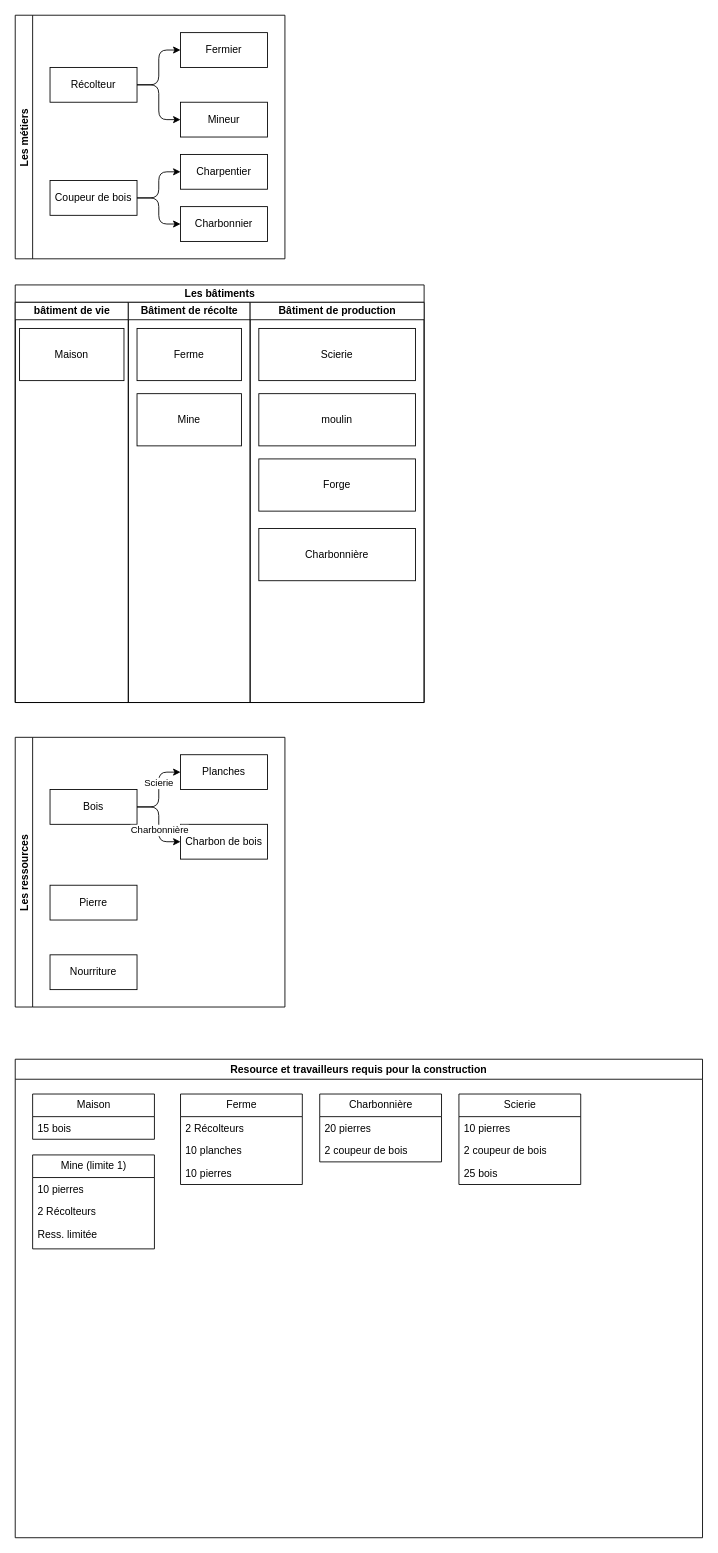
Earlier version of the draw.io diagram schemas/diagram.drawio (Ajustor/civilization). Source tidied: cells renumbered, new cells numbered last; positions are measured from the earlier drawing's top-left corner, leaving out a move shared by most shapes. Both pictures are drawn from the tidied source at 87%, with x=0, y=0 at pixel (15, 15).
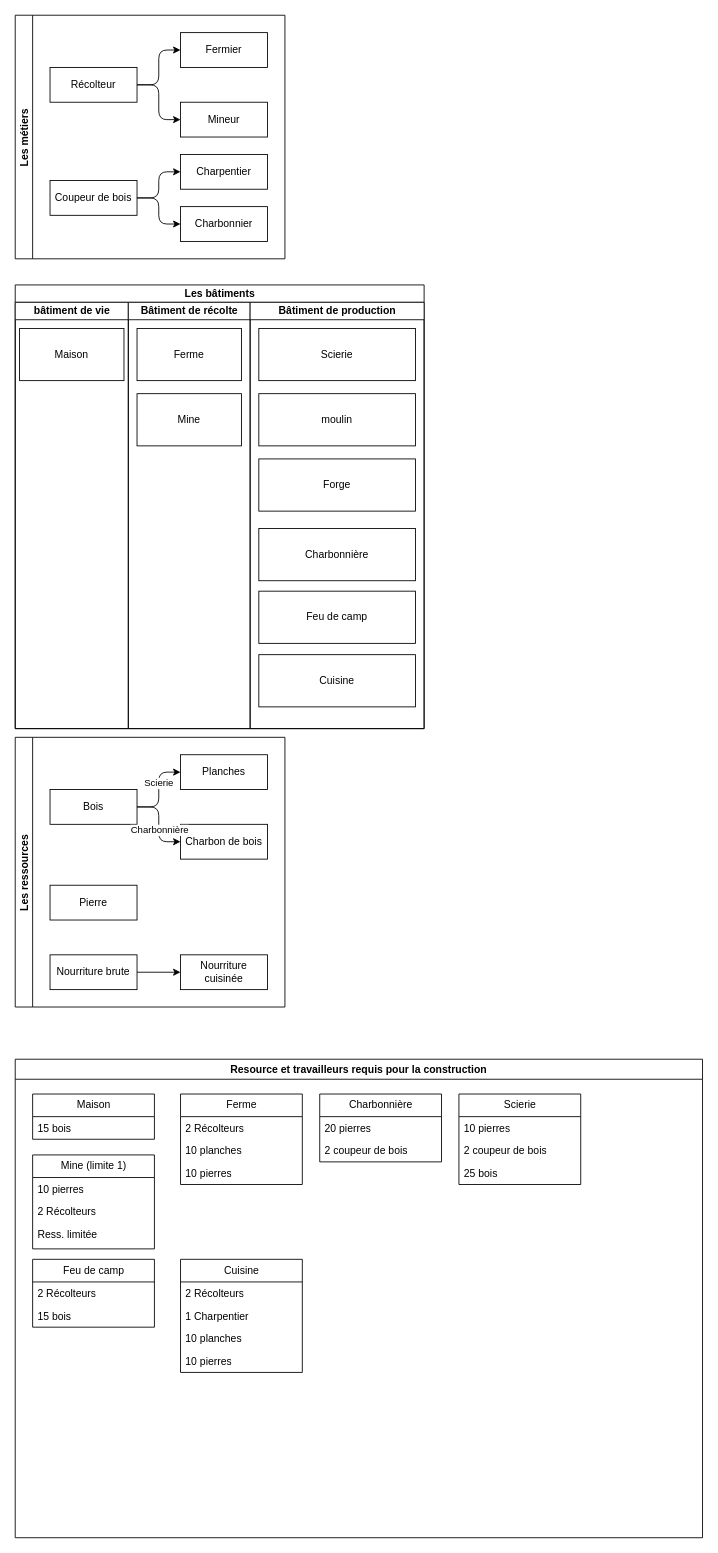
The same diagram, later.

The change refers to these unchanged cells:
```xml
<mxCell id="24" value="Les ressources" style="swimlane;startSize=20;horizontal=0;horizontalTree=1;sortEdges=1;containerType=tree;fontSize=12;" parent="1" vertex="1">
  <mxGeometry y="830" width="310" height="310" as="geometry" />
</mxCell>
<mxCell id="34" value="Resource et travailleurs requis pour la construction" style="swimlane;" parent="1" vertex="1">
  <mxGeometry y="1200" width="790" height="550" as="geometry" />
</mxCell>
```

Diff of the diagram source:
```diff
@@
     <mxCell id="13" value="Les bâtiments" style="swimlane;startSize=20;html=1;" parent="1" vertex="1">
-      <mxGeometry y="310" width="470" height="480" as="geometry" />
+      <mxGeometry y="310" width="470" height="510" as="geometry" />
     </mxCell>
     <mxCell id="14" value="bâtiment de vie" style="swimlane;startSize=20;html=1;" parent="13" vertex="1">
-      <mxGeometry y="20" width="130" height="460" as="geometry" />
+      <mxGeometry y="20" width="130" height="490" as="geometry" />
     </mxCell>
@@
     <mxCell id="16" value="Bâtiment de récolte" style="swimlane;startSize=20;html=1;" parent="13" vertex="1">
-      <mxGeometry x="130" y="20" width="140" height="460" as="geometry" />
+      <mxGeometry x="130" y="20" width="140" height="490" as="geometry" />
     </mxCell>
@@
     <mxCell id="19" value="Bâtiment de production" style="swimlane;startSize=20;html=1;" parent="13" vertex="1">
-      <mxGeometry x="270" y="20" width="200" height="460" as="geometry" />
+      <mxGeometry x="270" y="20" width="200" height="490" as="geometry" />
     </mxCell>
@@
+    <mxCell id="52" value="Feu de camp" style="whiteSpace=wrap;html=1;" parent="19" vertex="1">
+      <mxGeometry x="10" y="332" width="180" height="60" as="geometry" />
+    </mxCell>
+    <mxCell id="53" value="Cuisine" style="whiteSpace=wrap;html=1;" parent="19" vertex="1">
+      <mxGeometry x="10" y="405" width="180" height="60" as="geometry" />
+    </mxCell>
@@
+    <mxCell id="54" style="edgeStyle=none;exitX=1;exitY=0.5;exitDx=0;exitDy=0;entryX=0;entryY=0.5;entryDx=0;entryDy=0;html=1;" parent="24" edge="1" source="33" target="55">
+      <mxGeometry relative="1" as="geometry" />
+    </mxCell>
-    <mxCell id="33" value="Nourriture" style="whiteSpace=wrap;html=1;" parent="24" vertex="1">
+    <mxCell id="33" value="Nourriture brute" style="whiteSpace=wrap;html=1;" parent="24" vertex="1">
       <mxGeometry x="40" y="250" width="100" height="40" as="geometry" />
     </mxCell>
+    <mxCell id="55" value="Nourriture cuisinée" style="whiteSpace=wrap;html=1;" parent="24" vertex="1">
+      <mxGeometry x="190" y="250" width="100" height="40" as="geometry" />
+    </mxCell>
@@
+    <mxCell id="56" value="Cuisine" style="swimlane;fontStyle=0;horizontal=1;startSize=26;fillColor=none;html=1;" parent="34" vertex="1">
+      <mxGeometry x="190" y="230" width="140" height="130" as="geometry" />
+    </mxCell>
+    <mxCell id="57" value="2 Récolteurs" style="text;strokeColor=none;fillColor=none;align=left;verticalAlign=top;spacingLeft=4;spacingRight=4;overflow=hidden;whiteSpace=wrap;html=1;" parent="56" vertex="1">
+      <mxGeometry y="26" width="140" height="26" as="geometry" />
+    </mxCell>
+    <mxCell id="58" value="1 Charpentier" style="text;strokeColor=none;fillColor=none;align=left;verticalAlign=top;spacingLeft=4;spacingRight=4;overflow=hidden;whiteSpace=wrap;html=1;" parent="56" vertex="1">
+      <mxGeometry y="52" width="140" height="26" as="geometry" />
+    </mxCell>
+    <mxCell id="59" value="10 planches" style="text;strokeColor=none;fillColor=none;align=left;verticalAlign=top;spacingLeft=4;spacingRight=4;overflow=hidden;whiteSpace=wrap;html=1;" parent="56" vertex="1">
+      <mxGeometry y="78" width="140" height="26" as="geometry" />
+    </mxCell>
+    <mxCell id="60" value="10 pierres" style="text;strokeColor=none;fillColor=none;align=left;verticalAlign=top;spacingLeft=4;spacingRight=4;overflow=hidden;whiteSpace=wrap;html=1;" parent="56" vertex="1">
+      <mxGeometry y="104" width="140" height="26" as="geometry" />
+    </mxCell>
+    <mxCell id="61" value="Feu de camp" style="swimlane;fontStyle=0;horizontal=1;startSize=26;fillColor=none;html=1;" parent="34" vertex="1">
+      <mxGeometry x="20" y="230" width="140" height="78" as="geometry" />
+    </mxCell>
+    <mxCell id="62" value="2 Récolteurs" style="text;strokeColor=none;fillColor=none;align=left;verticalAlign=top;spacingLeft=4;spacingRight=4;overflow=hidden;whiteSpace=wrap;html=1;" parent="61" vertex="1">
+      <mxGeometry y="26" width="140" height="26" as="geometry" />
+    </mxCell>
+    <mxCell id="63" value="15 bois" style="text;strokeColor=none;fillColor=none;align=left;verticalAlign=top;spacingLeft=4;spacingRight=4;overflow=hidden;whiteSpace=wrap;html=1;" parent="61" vertex="1">
+      <mxGeometry y="52" width="140" height="26" as="geometry" />
+    </mxCell>
```
